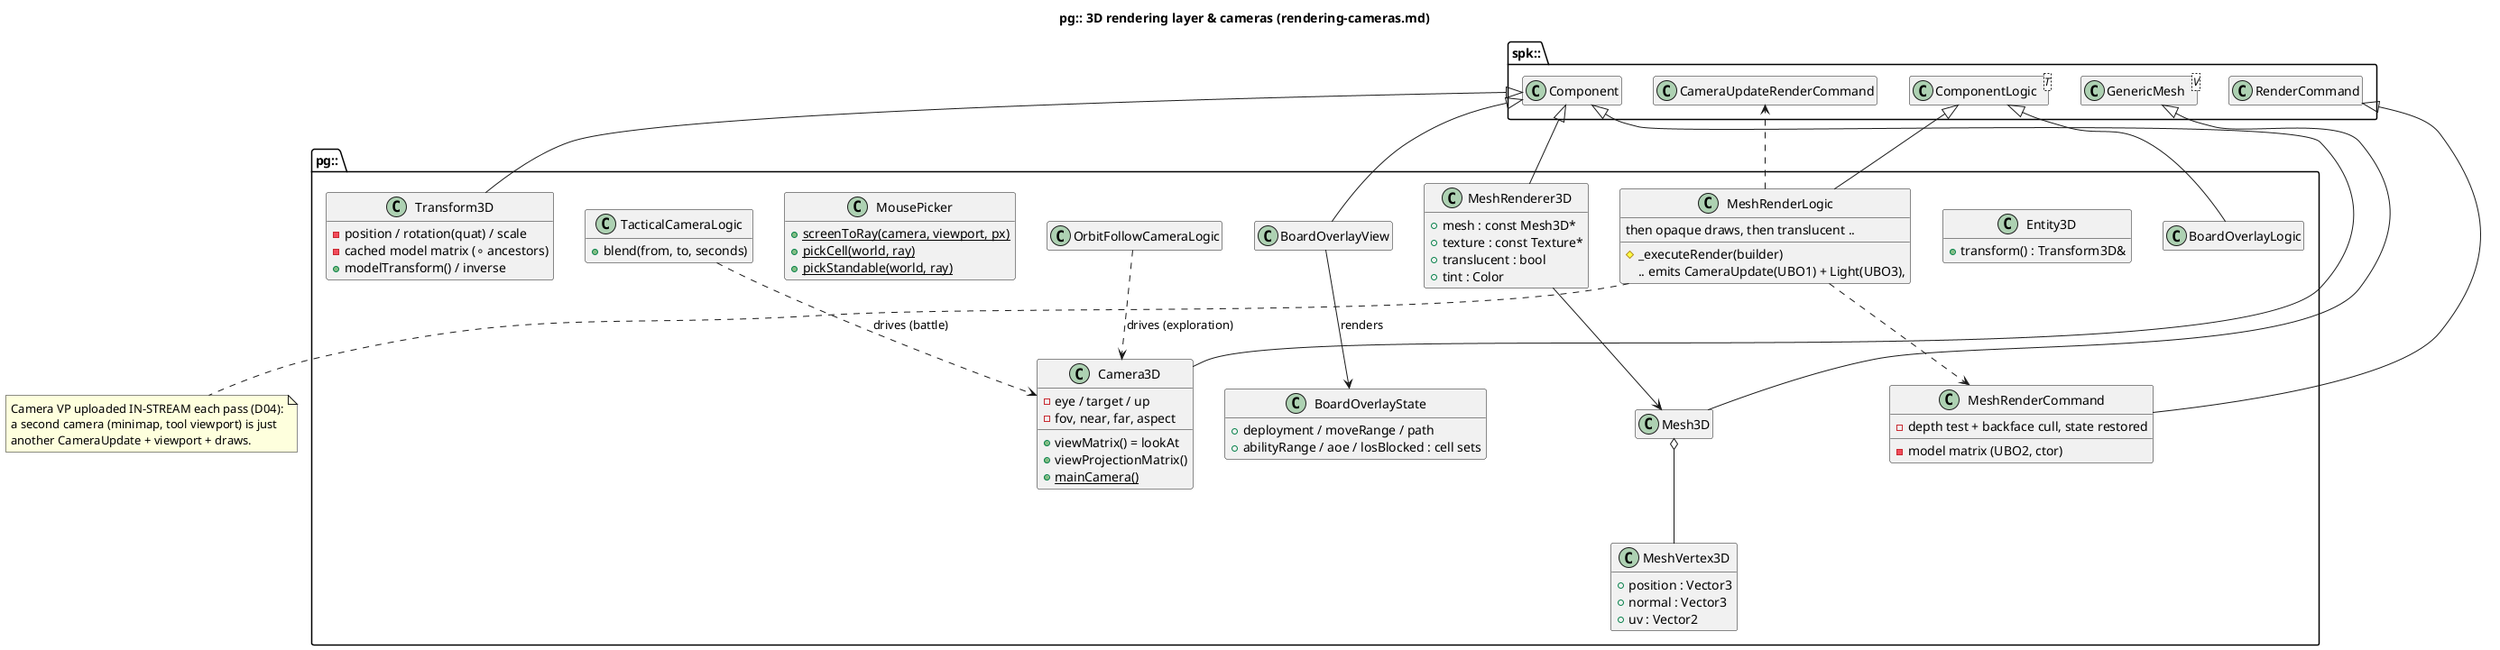
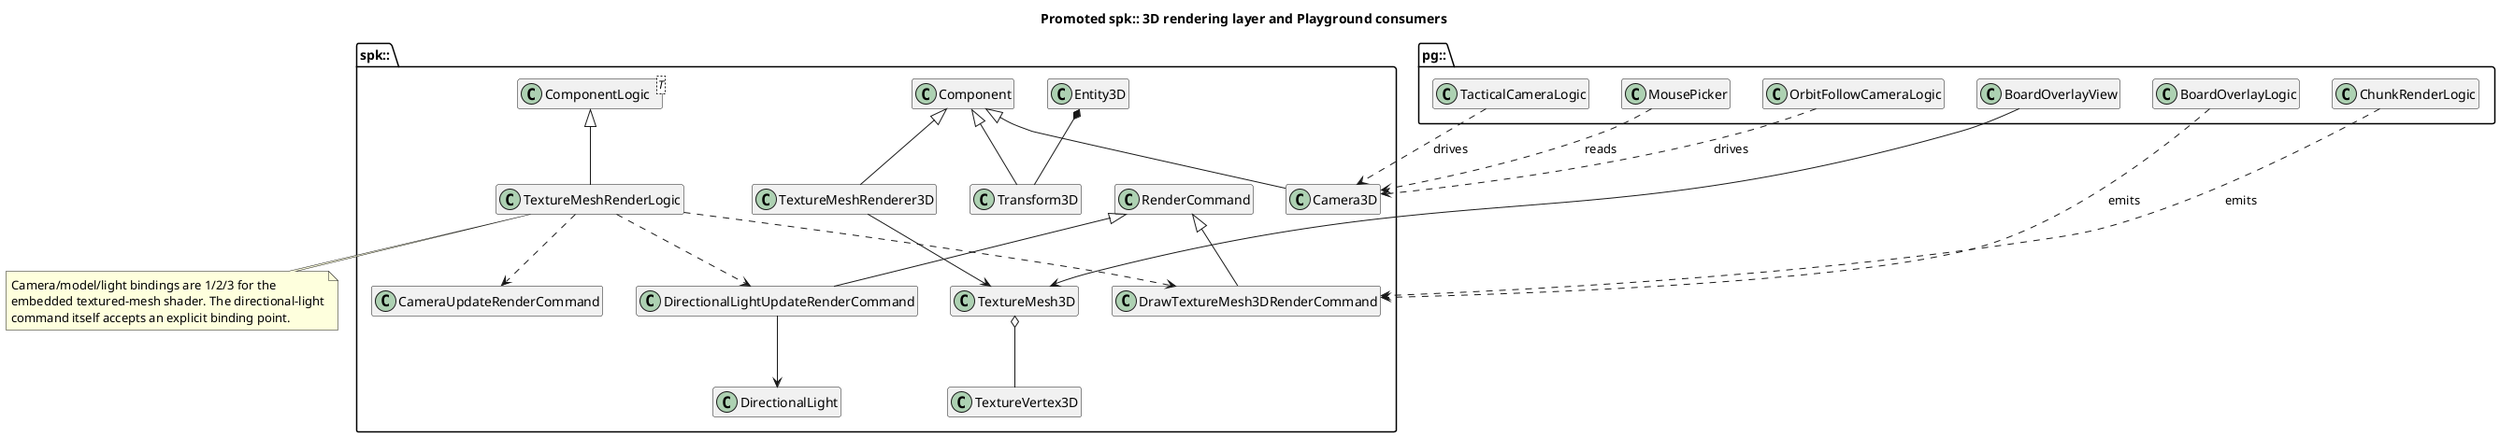
@startuml
- title pg:: 3D rendering layer & cameras (rendering-cameras.md)
+ title Promoted spk:: 3D rendering layer and Playground consumers
hide empty members

package "spk::" {
  class Component
  class "ComponentLogic<T>" as ComponentLogic
  class RenderCommand
  class CameraUpdateRenderCommand
-   class "GenericMesh<V>" as GenericMesh
+   class Transform3D
+   class Entity3D
+   class Camera3D
+   class TextureVertex3D
+   class TextureMesh3D
+   class TextureMeshRenderer3D
+   class TextureMeshRenderLogic
+   class DirectionalLight
+   class DirectionalLightUpdateRenderCommand
+   class DrawTextureMesh3DRenderCommand
+ 
+   Component <|-- Transform3D
+   Component <|-- Camera3D
+   Component <|-- TextureMeshRenderer3D
+   ComponentLogic <|-- TextureMeshRenderLogic
+   RenderCommand <|-- DirectionalLightUpdateRenderCommand
+   RenderCommand <|-- DrawTextureMesh3DRenderCommand
+   Entity3D *-- Transform3D
+   TextureMesh3D o-- TextureVertex3D
+   TextureMeshRenderer3D --> TextureMesh3D
+   TextureMeshRenderLogic ..> CameraUpdateRenderCommand
+   TextureMeshRenderLogic ..> DirectionalLightUpdateRenderCommand
+   TextureMeshRenderLogic ..> DrawTextureMesh3DRenderCommand
+   DirectionalLightUpdateRenderCommand --> DirectionalLight
}

package "pg::" {
-   class Transform3D {
-     -position / rotation(quat) / scale
-     -cached model matrix (∘ ancestors)
-     +modelTransform() / inverse
-   }
-   class Entity3D {
-     +transform() : Transform3D&
-   }
-   class Camera3D {
-     -eye / target / up
-     -fov, near, far, aspect
-     +viewMatrix() = lookAt
-     +viewProjectionMatrix()
-     {static} +mainCamera()
-   }
-   class MeshVertex3D {
-     +position : Vector3
-     +normal : Vector3
-     +uv : Vector2
-   }
-   class Mesh3D
-   GenericMesh <|-- Mesh3D
-   Mesh3D o-- MeshVertex3D
- 
-   class MeshRenderer3D {
-     +mesh : const Mesh3D*
-     +texture : const Texture*
-     +translucent : bool
-     +tint : Color
-   }
-   class MeshRenderLogic {
-     #_executeRender(builder)
-     .. emits CameraUpdate(UBO1) + Light(UBO3),
-        then opaque draws, then translucent ..
-   }
-   class MeshRenderCommand {
-     -model matrix (UBO2, ctor)
-     -depth test + backface cull, state restored
-   }
-   Component <|-- Transform3D
-   Component <|-- Camera3D
-   Component <|-- MeshRenderer3D
-   ComponentLogic <|-- MeshRenderLogic
-   RenderCommand <|-- MeshRenderCommand
-   MeshRenderLogic ..> CameraUpdateRenderCommand
-   MeshRenderLogic ..> MeshRenderCommand
-   MeshRenderer3D --> Mesh3D
- 
  class OrbitFollowCameraLogic
-   class TacticalCameraLogic {
-     +blend(from, to, seconds)
-   }
-   OrbitFollowCameraLogic ..> Camera3D : drives (exploration)
-   TacticalCameraLogic ..> Camera3D : drives (battle)
- 
-   class MousePicker {
-     {static} +screenToRay(camera, viewport, px)
-     {static} +pickCell(world, ray)
-     {static} +pickStandable(world, ray)
-   }
-   class BoardOverlayState {
-     +deployment / moveRange / path
-     +abilityRange / aoe / losBlocked : cell sets
-   }
+   class TacticalCameraLogic
+   class MousePicker
+   class ChunkRenderLogic
  class BoardOverlayView
  class BoardOverlayLogic
-   Component <|-- BoardOverlayView
-   ComponentLogic <|-- BoardOverlayLogic
-   BoardOverlayView --> BoardOverlayState : renders
+ 
+   OrbitFollowCameraLogic ..> Camera3D : drives
+   TacticalCameraLogic ..> Camera3D : drives
+   MousePicker ..> Camera3D : reads
+   ChunkRenderLogic ..> DrawTextureMesh3DRenderCommand : emits
+   BoardOverlayLogic ..> DrawTextureMesh3DRenderCommand : emits
+   BoardOverlayView --> TextureMesh3D
}
- note bottom of MeshRenderLogic
-   Camera VP uploaded IN-STREAM each pass (D04):
-   a second camera (minimap, tool viewport) is just
-   another CameraUpdate + viewport + draws.
+ 
+ note bottom of TextureMeshRenderLogic
+   Camera/model/light bindings are 1/2/3 for the
+   embedded textured-mesh shader. The directional-light
+   command itself accepts an explicit binding point.
end note
@enduml
